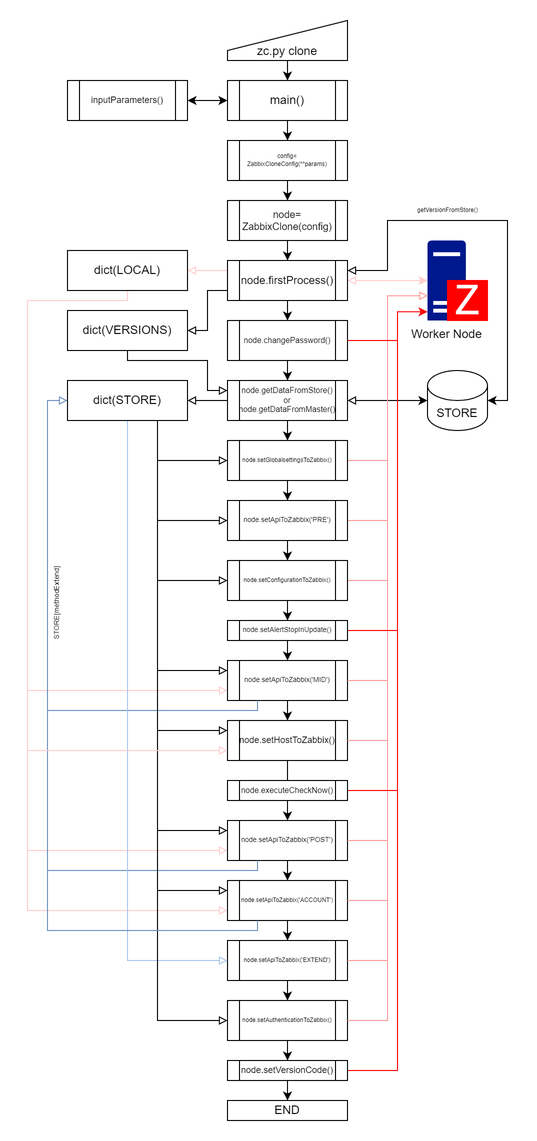
Earlier version of the draw.io export images/worker-node_processing.png (tanrakukairo/zabbixclone). Source tidied: cells renumbered, new cells last; positions are measured from the earlier drawing's top-left corner, leaving out a move shared by most shapes.
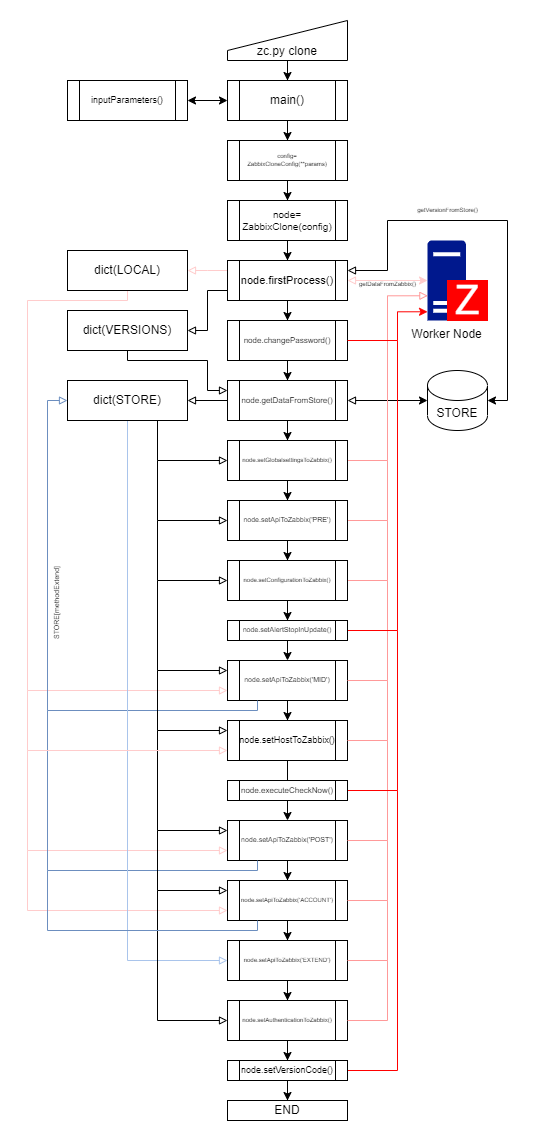
After the commit.

Commit message:
directのディスクリプション追加 削除不要フラグの細かい訂正 Worker図の修正 7.0 Directのテスト結果追記

What changed in the source:
```diff
@@ -33,7 +33,7 @@
         </Array>
       </mxGeometry>
     </mxCell>
-    <mxCell id="6" style="rounded=0;jettySize=auto;html=1;entryX=0;entryY=0.5;entryDx=0;entryDy=0;entryPerimeter=0;fontSize=6;startArrow=block;startFill=0;endArrow=classic;endFill=1;strokeColor=#FFCCCC;" parent="1" edge="1" target="18">
+    <mxCell id="6" value="getDataFromZabbix()" style="rounded=0;jettySize=auto;html=1;entryX=0;entryY=0.5;entryDx=0;entryDy=0;entryPerimeter=0;fontSize=6;startArrow=block;startFill=0;endArrow=classic;endFill=1;strokeColor=#FFCCCC;verticalAlign=bottom;" parent="1" edge="1" target="18">
       <mxGeometry y="-10" relative="1" as="geometry">
         <mxPoint x="320" y="260" as="sourcePoint" />
       </mxGeometry>
@@ -78,7 +78,7 @@
     <mxCell id="14" style="edgeStyle=orthogonalEdgeStyle;rounded=0;jettySize=auto;html=1;" parent="1" edge="1" source="15" target="23">
       <mxGeometry relative="1" as="geometry" />
     </mxCell>
-    <mxCell id="15" value="node.getDataFromStore()&lt;br&gt;or&lt;br&gt;node.getDataFromMaster()" style="shape=process;whiteSpace=wrap;html=1;backgroundOutline=1;fontSize=8;" parent="1" vertex="1">
+    <mxCell id="15" value="node.getDataFromStore()" style="shape=process;whiteSpace=wrap;html=1;backgroundOutline=1;fontSize=8;" parent="1" vertex="1">
       <mxGeometry x="200" y="360" width="120" height="40" as="geometry" />
     </mxCell>
     <mxCell id="16" value="END" style="rounded=0;whiteSpace=wrap;html=1;" parent="1" vertex="1">
```
